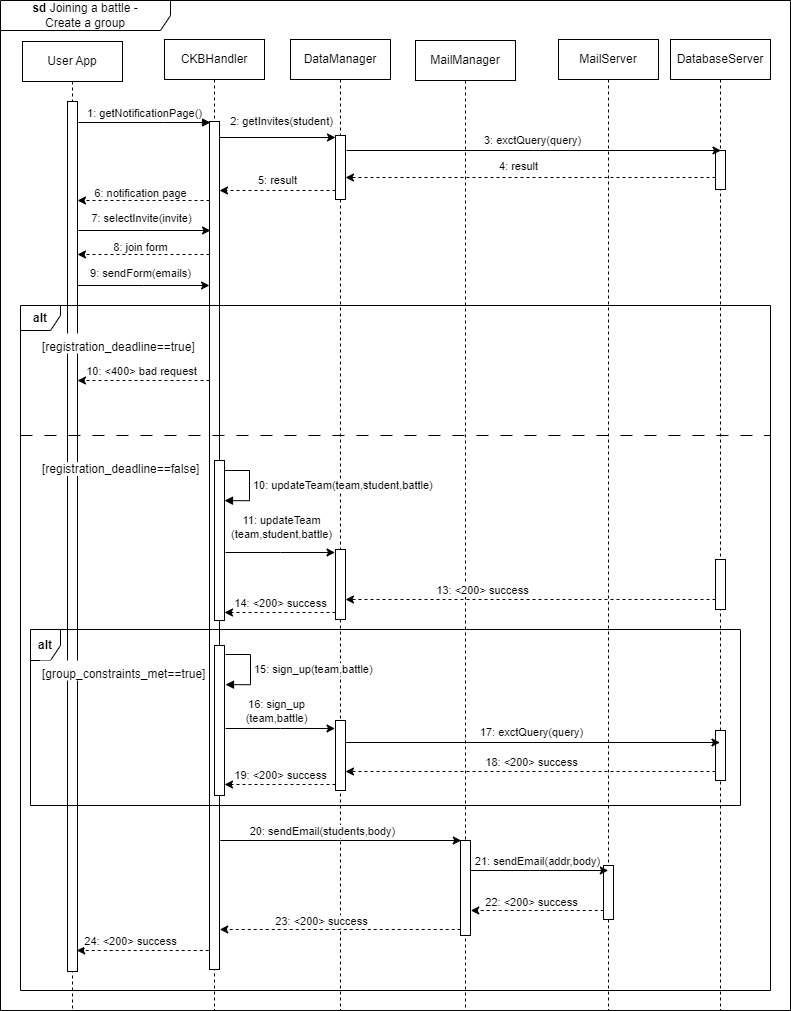
Above: DD/images/seq_diagrams/joining_battle_join_group_DD.png in antilupovolante/MassaraNguyenBaNicotri (draw.io), before the change. Source tidied: cells renumbered, new cells last; positions are measured from the earlier drawing's top-left corner, leaving out a move shared by most shapes.
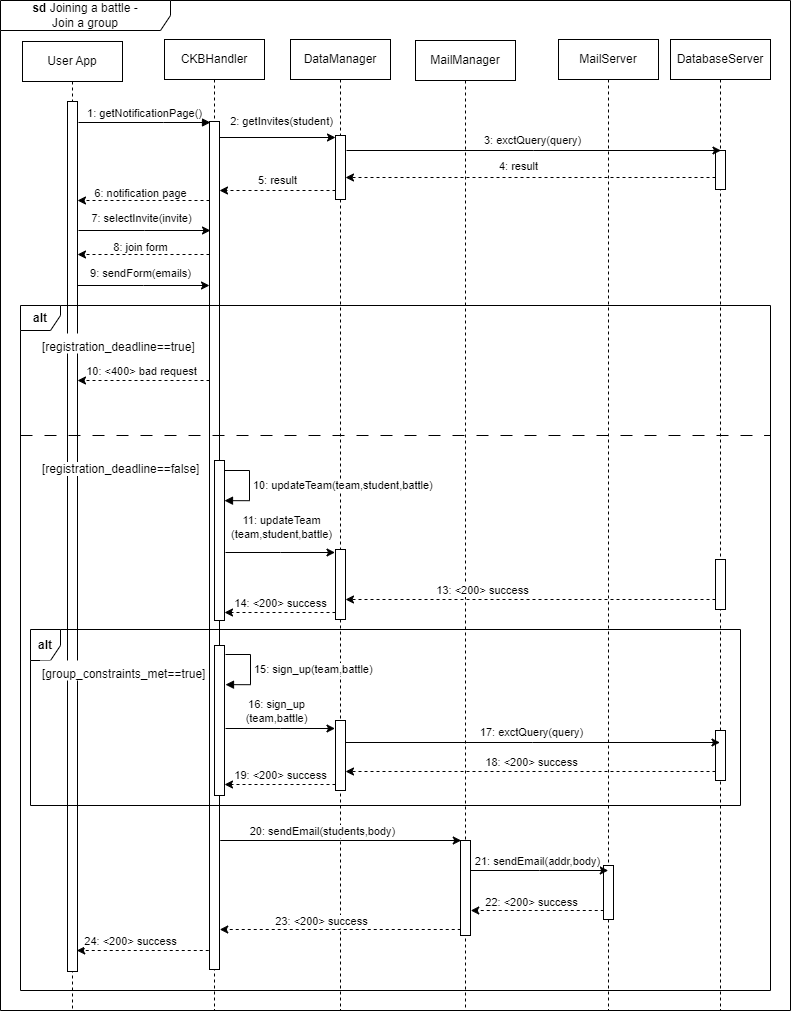
The same file after the commit.

The edit, as a diff of the source:
```diff
@@ -14,7 +14,7 @@
     <mxCell id="5" style="html=1;perimeter=orthogonalPerimeter;targetShapes=umlLifeline;newEdgeStyle={&quot;edgeStyle&quot;:&quot;elbowEdgeStyle&quot;,&quot;elbow&quot;:&quot;vertical&quot;,&quot;curved&quot;:0,&quot;rounded&quot;:0};" parent="4" vertex="1">
       <mxGeometry x="45" y="82" width="10" height="848" as="geometry" />
     </mxCell>
-    <mxCell id="6" value="&lt;b&gt;sd&lt;/b&gt;&amp;nbsp;Joining a battle - &lt;br&gt;Create a group" style="shape=umlFrame;whiteSpace=wrap;html=1;width=170;height=30;" parent="1" vertex="1">
+    <mxCell id="6" value="&lt;b&gt;sd&lt;/b&gt;&amp;nbsp;Joining a battle - &lt;br&gt;Join a group" style="shape=umlFrame;whiteSpace=wrap;html=1;width=170;height=30;" parent="1" vertex="1">
       <mxGeometry width="790" height="1010" as="geometry" />
     </mxCell>
     <mxCell id="7" value="DataManager" style="shape=umlLifeline;perimeter=lifelinePerimeter;whiteSpace=wrap;html=1;newEdgeStyle={&quot;edgeStyle&quot;:&quot;elbowEdgeStyle&quot;,&quot;elbow&quot;:&quot;vertical&quot;,&quot;curved&quot;:0,&quot;rounded&quot;:0};" parent="1" vertex="1">
```
